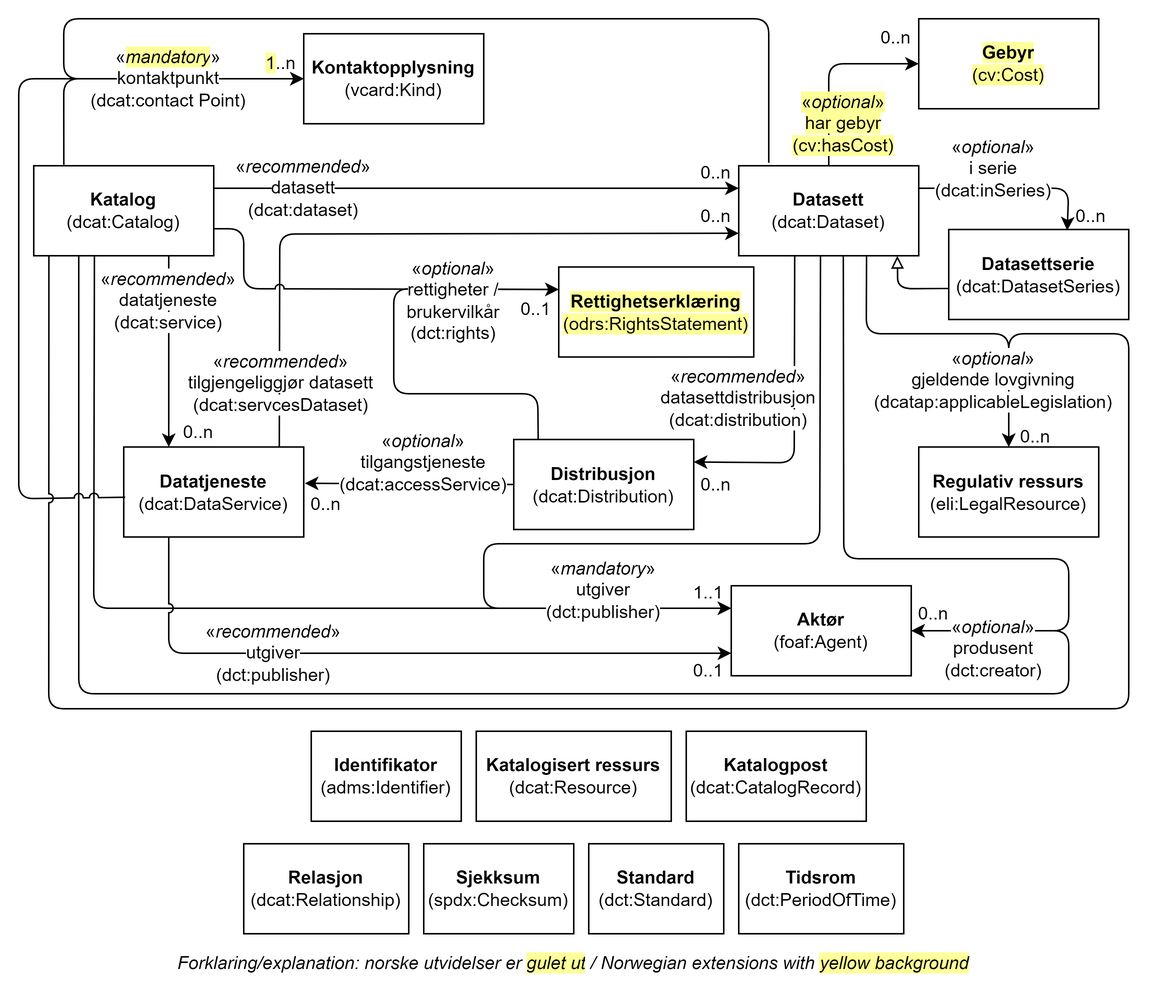
This is docs/images/DCAT-AP-NO-klasser.png from Informasjonsforvaltning/dcat-ap-no, a draw.io export, as it was before one commit. Source tidied: cells renumbered, new cells last; positions are measured from the earlier drawing's top-left corner, leaving out a move shared by most shapes.
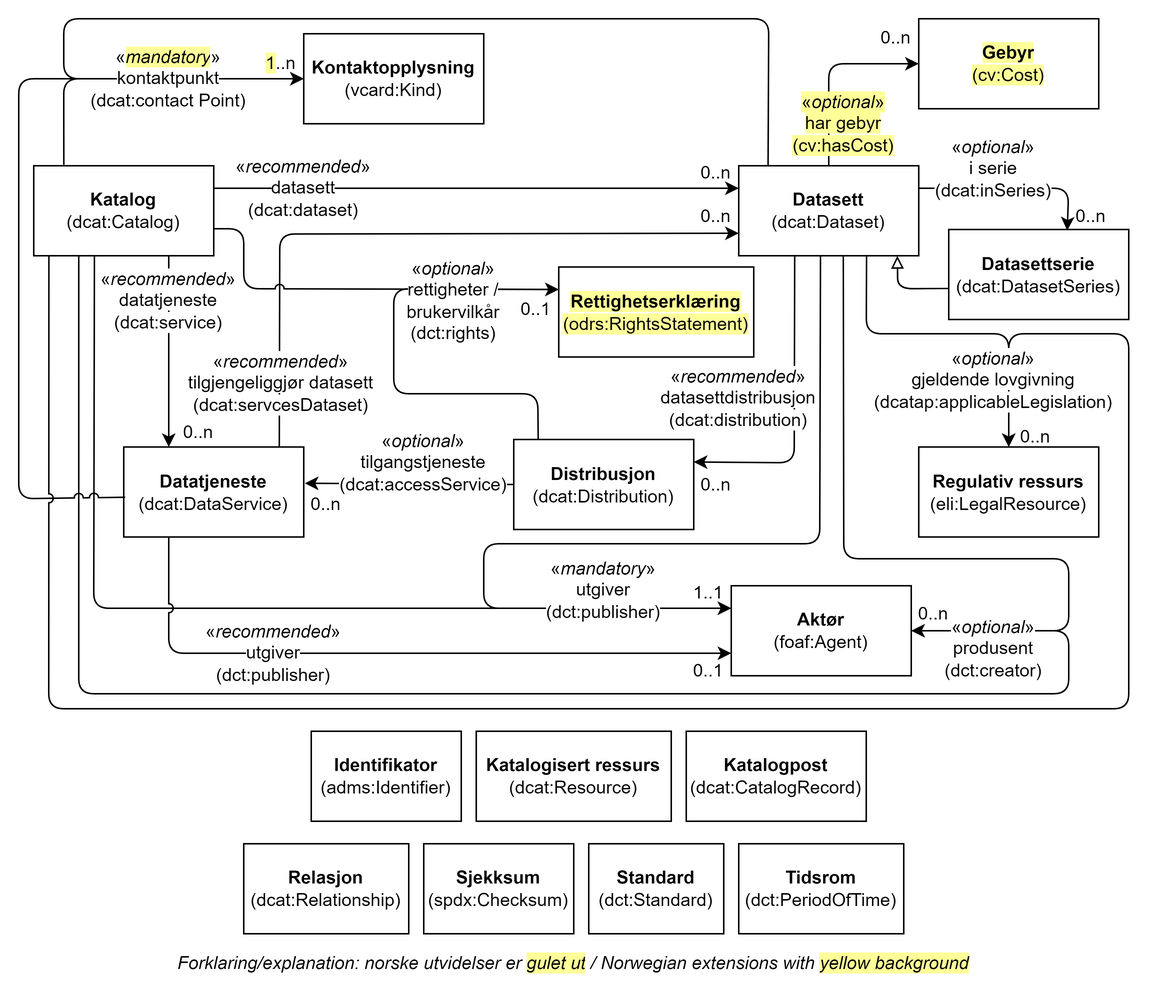
After the commit.

Commit message:
Red. justeringer

The edit, as a diff of the source:
```diff
@@ -162,9 +162,8 @@
     <mxCell id="41" value="&lt;span style=&quot;background-color: rgb(255, 255, 153);&quot;&gt;1&lt;/span&gt;..n" style="text;html=1;strokeColor=none;fillColor=none;align=center;verticalAlign=middle;whiteSpace=wrap;rounded=0;" parent="1" vertex="1">
       <mxGeometry x="160" y="17.5" width="30" height="25" as="geometry" />
     </mxCell>
-    <mxCell id="42" style="endArrow=classic;html=1;rounded=1;entryX=0;entryY=0.5;entryDx=0;entryDy=0;curved=0;" parent="1" edge="1" target="39">
+    <mxCell id="42" style="endArrow=classic;html=1;rounded=1;entryX=0;entryY=0.5;entryDx=0;entryDy=0;curved=0;exitX=0.163;exitY=-0.002;exitDx=0;exitDy=0;exitPerimeter=0;" parent="1" edge="1" source="5" target="39">
       <mxGeometry relative="1" as="geometry">
-        <mxPoint x="500" y="96" as="sourcePoint" />
         <Array as="points">
           <mxPoint x="500" />
           <mxPoint x="30" />
```
